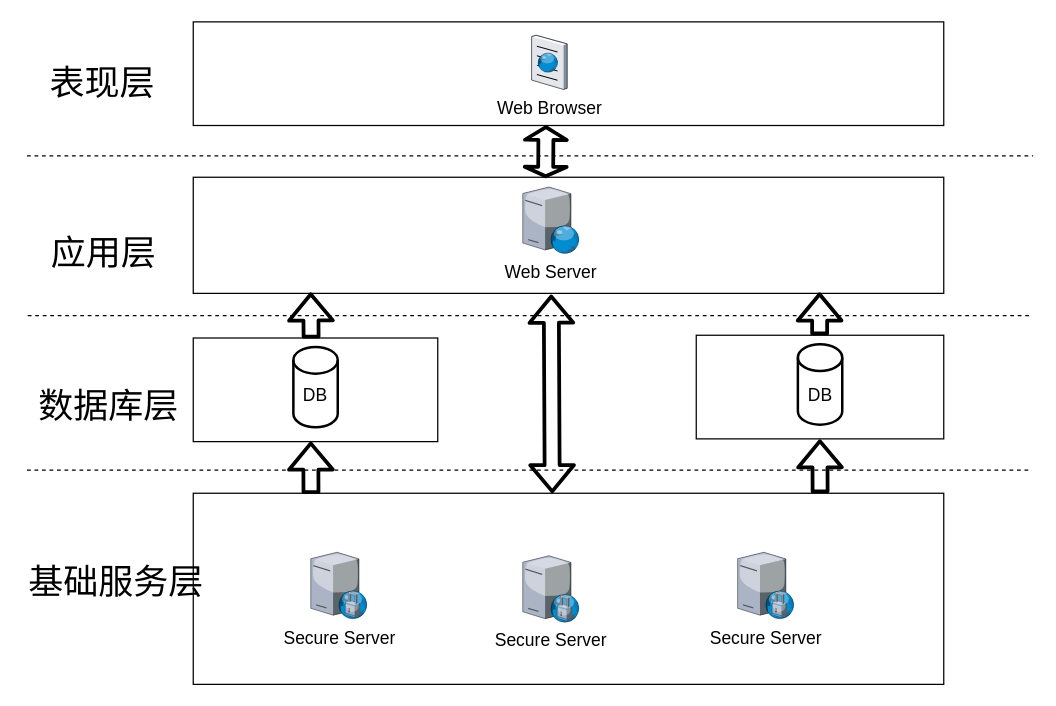
Earlier version of the draw.io diagram Untitled Diagram.drawio (EchoZgj/paper). Source tidied: cells renumbered, new cells numbered last; positions are measured from the earlier drawing's top-left corner, leaving out a move shared by most shapes. Both pictures are drawn from the tidied source at 125%, with x=0, y=0 at pixel (21, 21).
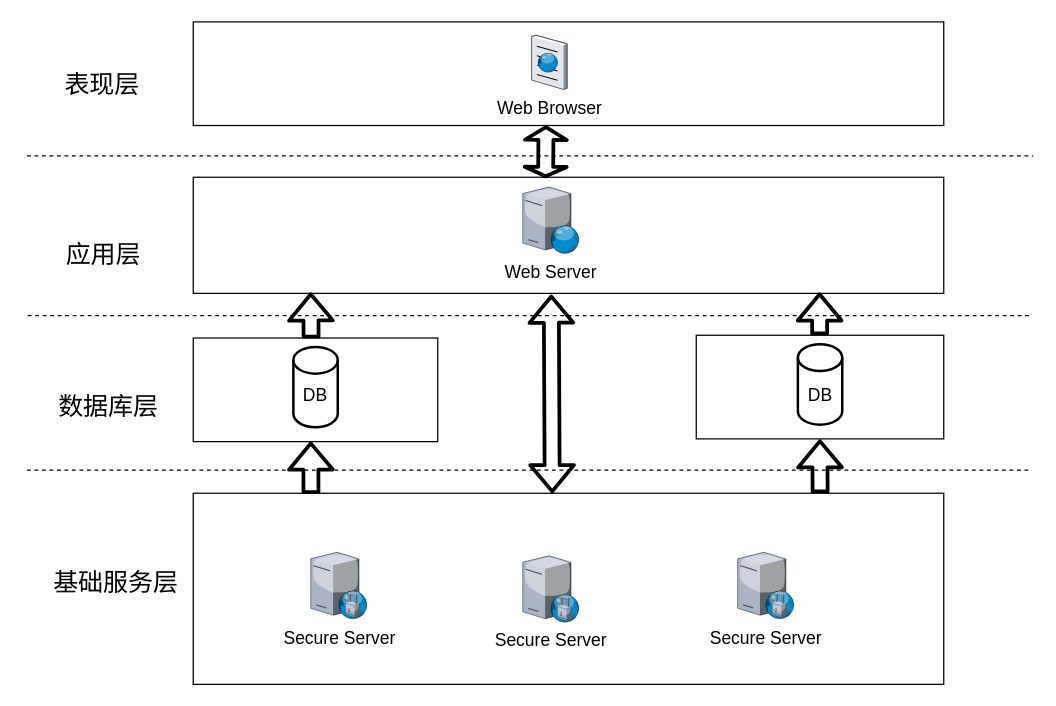
The same page after the edit.

Commit message:
系统架构图.drawio

Unchanged cells that the change refers to:
```xml
<mxCell id="2" style="group;" parent="1" vertex="1">
  <mxGeometry width="809" height="530" as="geometry" />
</mxCell>
```

Diff of the diagram source:
```diff
@@
-    <mxCell id="24" value="&lt;font style=&quot;font-size: 28px&quot;&gt;表现层&lt;/font&gt;" style="text;html=1;align=center;verticalAlign=middle;" parent="2" vertex="1">
-      <mxGeometry x="16.5" y="37.9" width="94" height="23" as="geometry" />
+    <mxCell id="24" value="&lt;font style=&quot;font-size: 20px&quot;&gt;表现层&lt;/font&gt;" style="text;html=1;align=center;verticalAlign=middle;" parent="2" vertex="1">
+      <mxGeometry x="28.5" y="38.9" width="70" height="21" as="geometry" />
     </mxCell>
-    <mxCell id="25" value="&lt;font style=&quot;font-size: 28px&quot;&gt;应用层&lt;/font&gt;" style="text;html=1;align=center;verticalAlign=middle;" parent="2" vertex="1">
-      <mxGeometry x="17.7" y="173.6" width="94" height="23" as="geometry" />
+    <mxCell id="25" value="&lt;font style=&quot;font-size: 20px&quot;&gt;应用层&lt;/font&gt;" style="text;html=1;align=center;verticalAlign=middle;" parent="2" vertex="1">
+      <mxGeometry x="29.7" y="174.6" width="70" height="21" as="geometry" />
     </mxCell>
-    <mxCell id="26" value="&lt;font style=&quot;font-size: 28px&quot;&gt;数据库层&lt;/font&gt;" style="text;html=1;align=center;verticalAlign=middle;" parent="2" vertex="1">
-      <mxGeometry x="8.3" y="295" width="122" height="23" as="geometry" />
+    <mxCell id="26" value="&lt;font style=&quot;font-size: 20px&quot;&gt;数据库层&lt;/font&gt;" style="text;html=1;align=center;verticalAlign=middle;" parent="2" vertex="1">
+      <mxGeometry x="24.3" y="296" width="90" height="21" as="geometry" />
     </mxCell>
-    <mxCell id="27" value="&lt;font style=&quot;font-size: 28px&quot;&gt;基础服务层&lt;/font&gt;" style="text;html=1;align=center;verticalAlign=middle;" parent="2" vertex="1">
-      <mxGeometry y="436.4" width="150" height="23" as="geometry" />
+    <mxCell id="27" value="&lt;font style=&quot;font-size: 20px&quot;&gt;基础服务层&lt;/font&gt;" style="text;html=1;align=center;verticalAlign=middle;" parent="2" vertex="1">
+      <mxGeometry x="20" y="437.4" width="110" height="21" as="geometry" />
     </mxCell>
```
